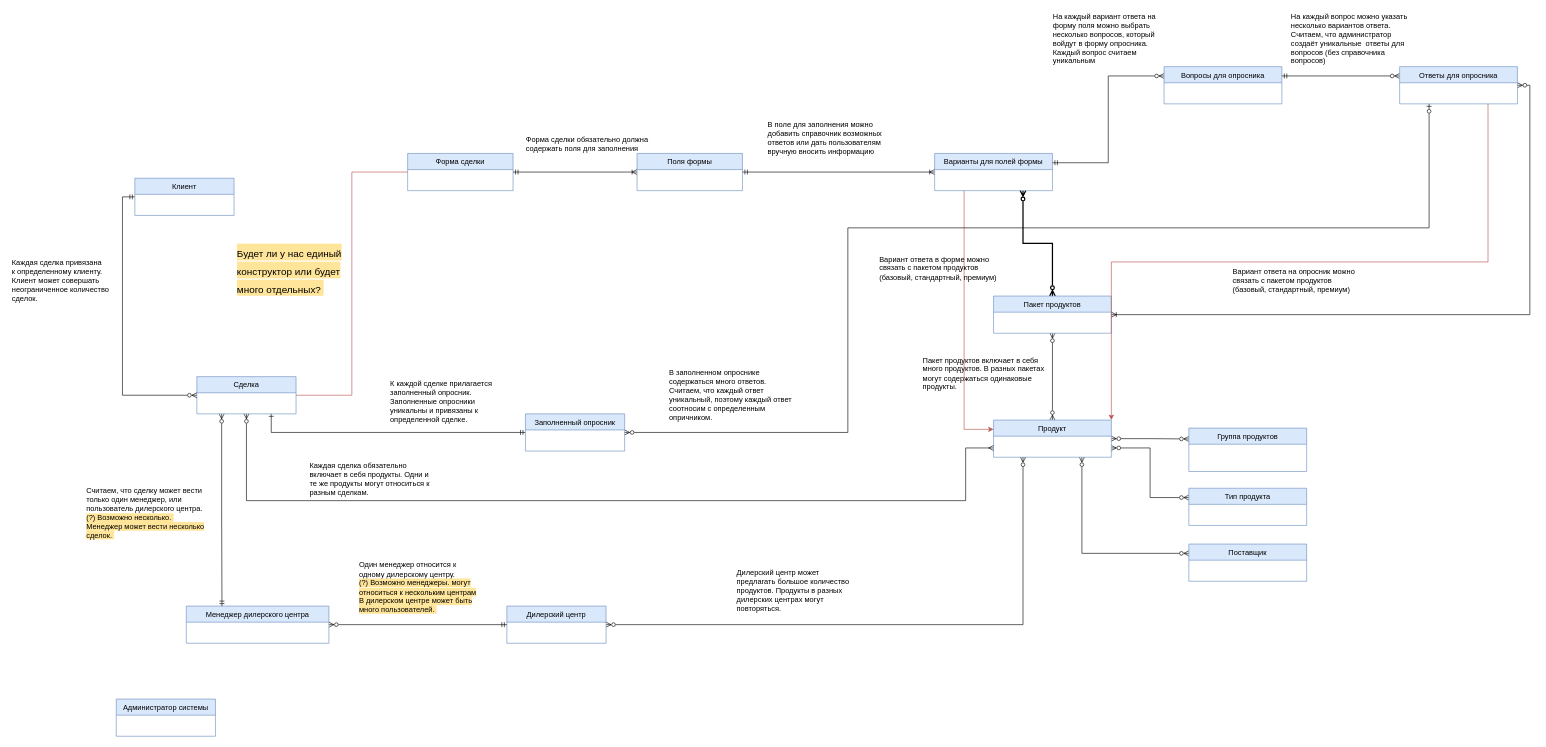
Above: Обновленная диаграмма 24 января.drawio in Kkorolyok/Diagrams (draw.io), before the change. Source tidied: cells renumbered, new cells numbered last; positions are measured from the earlier drawing's top-left corner, leaving out a move shared by most shapes. Both pictures are drawn from the tidied source at 62%, with x=0, y=0 at pixel (11, 11).
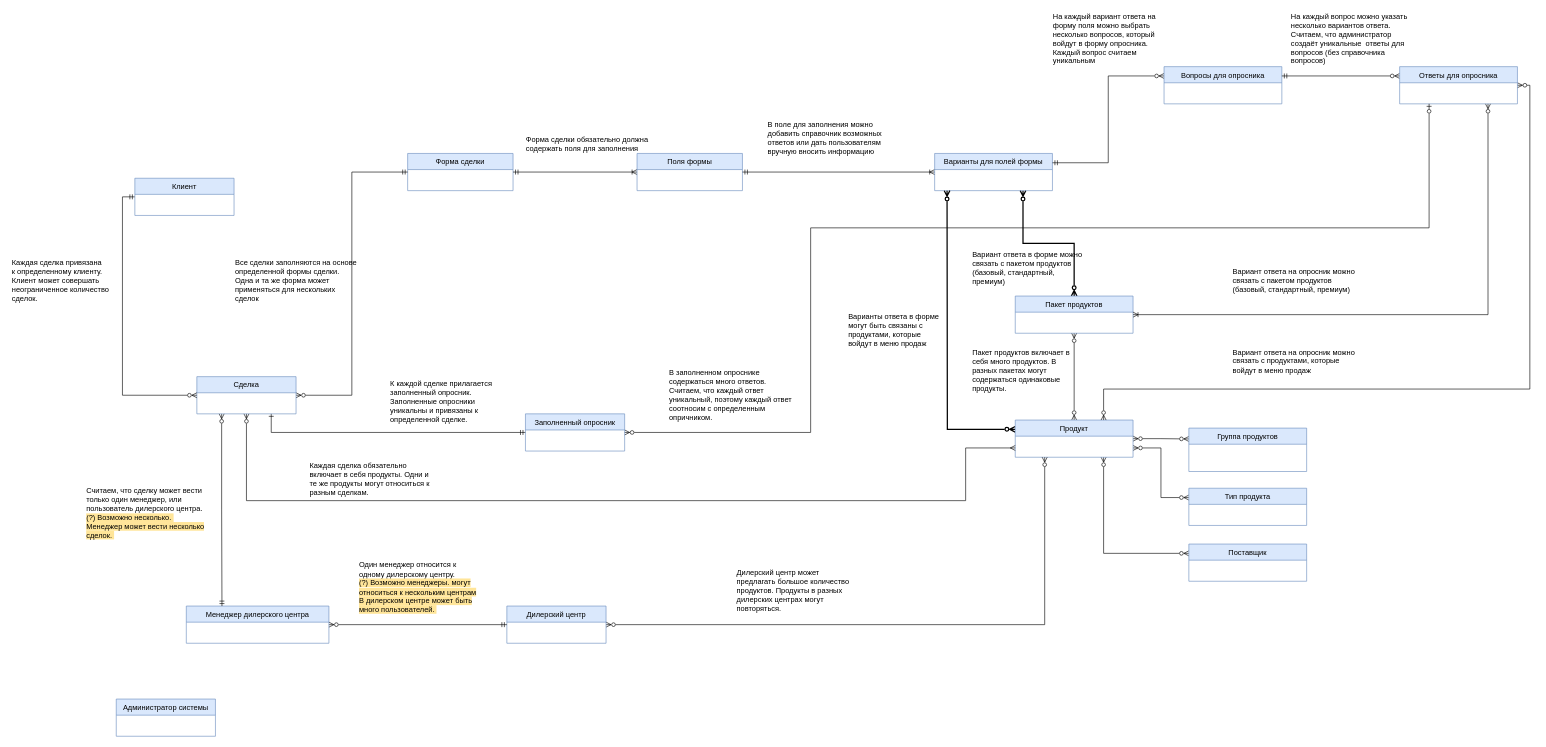
The same page after the edit.

Unchanged cells that the change refers to:
```xml
<mxCell id="13" value="Форма сделки" style="swimlane;fontStyle=0;align=center;verticalAlign=top;horizontal=1;startSize=26;rounded=0;shadow=0;strokeWidth=1;fillColor=#dae8fc;strokeColor=#6c8ebf;" parent="1" vertex="1">
  <mxGeometry x="640" y="230" width="170" height="60" as="geometry" />
</mxCell>
<mxCell id="19" value="Варианты для полей формы" style="swimlane;fontStyle=0;align=center;verticalAlign=top;horizontal=1;startSize=26;rounded=0;shadow=0;strokeWidth=1;fillColor=#dae8fc;strokeColor=#6c8ebf;" parent="1" vertex="1">
  <mxGeometry x="1490" y="230" width="190" height="60" as="geometry" />
</mxCell>
<mxCell id="31" value="Ответы для опросника" style="swimlane;fontStyle=0;align=center;verticalAlign=top;horizontal=1;startSize=26;rounded=0;shadow=0;strokeWidth=1;fillColor=#dae8fc;strokeColor=#6c8ebf;" parent="1" vertex="1">
  <mxGeometry x="2240" y="90" width="190" height="60" as="geometry" />
</mxCell>
<mxCell id="43" value="Сделка" style="swimlane;fontStyle=0;align=center;verticalAlign=top;horizontal=1;startSize=26;rounded=0;shadow=0;strokeWidth=1;fillColor=#dae8fc;strokeColor=#6c8ebf;" parent="1" vertex="1">
  <mxGeometry x="300" y="590" width="160" height="60" as="geometry" />
</mxCell>
<mxCell id="45" value="Заполненный опросник" style="swimlane;fontStyle=0;align=center;verticalAlign=top;horizontal=1;startSize=26;rounded=0;shadow=0;strokeWidth=1;fillColor=#dae8fc;strokeColor=#6c8ebf;" parent="1" vertex="1">
  <mxGeometry x="830" y="650" width="160" height="60" as="geometry" />
</mxCell>
```

What changed in the source:
```diff
@@
     <mxCell id="7" value="&lt;div style=&quot;text-align: left;&quot;&gt;Пакет продуктов включает в себя много продуктов. В разных пакетах могут содержаться одинаковые продукты.&lt;/div&gt;" style="text;html=1;strokeColor=none;fillColor=none;align=center;verticalAlign=middle;whiteSpace=wrap;rounded=0;" parent="1" vertex="1">
-      <mxGeometry x="1470" y="570" width="200" height="30" as="geometry" />
+      <mxGeometry x="1550" y="565" width="160" height="30" as="geometry" />
     </mxCell>
@@
-    <mxCell id="12" value="&lt;h1&gt;&lt;span style=&quot;font-weight: normal; background-color: rgb(255, 229, 153);&quot;&gt;&lt;font style=&quot;font-size: 16px;&quot;&gt;Будет ли у нас единый конструктор или будет много отдельных?&amp;nbsp;&lt;/font&gt;&lt;/span&gt;&lt;/h1&gt;" style="text;html=1;strokeColor=none;fillColor=none;spacing=5;spacingTop=-20;whiteSpace=wrap;overflow=hidden;rounded=0;fontStyle=1;" parent="1" vertex="1">
+    <mxCell id="12" value="&lt;h1&gt;&lt;br&gt;&lt;/h1&gt;" style="text;html=1;strokeColor=none;fillColor=none;spacing=5;spacingTop=-20;whiteSpace=wrap;overflow=hidden;rounded=0;fontStyle=1;" parent="1" vertex="1">
       <mxGeometry x="360" y="370" width="190" height="90" as="geometry" />
     </mxCell>
@@
-    <mxCell id="18" style="edgeStyle=orthogonalEdgeStyle;rounded=0;jettySize=auto;html=1;exitX=0.25;exitY=1;exitDx=0;exitDy=0;entryX=0;entryY=0.25;entryDx=0;entryDy=0;fillColor=#f8cecc;strokeColor=#b85450;" parent="1" edge="1" source="19" target="25">
-      <mxGeometry relative="1" as="geometry" />
-    </mxCell>
@@
     <mxCell id="21" value="Пакет продуктов" style="swimlane;fontStyle=0;align=center;verticalAlign=top;horizontal=1;startSize=26;rounded=0;shadow=0;strokeWidth=1;fillColor=#dae8fc;strokeColor=#6c8ebf;" parent="1" vertex="1">
-      <mxGeometry x="1585" y="460" width="190" height="60" as="geometry" />
+      <mxGeometry x="1620" y="460" width="190" height="60" as="geometry" />
     </mxCell>
@@
+    <mxCell id="53" style="edgeStyle=orthogonalEdgeStyle;rounded=0;jettySize=auto;html=1;exitX=0;exitY=0.25;exitDx=0;exitDy=0;strokeColor=#000000;strokeWidth=2;startArrow=ERzeroToMany;startFill=0;endArrow=ERzeroToMany;endFill=0;" parent="1" edge="1" source="25">
+      <mxGeometry relative="1" as="geometry">
+        <mxPoint x="1510" y="290" as="targetPoint" />
+      </mxGeometry>
+    </mxCell>
     <mxCell id="25" value="Продукт" style="swimlane;fontStyle=0;align=center;verticalAlign=top;horizontal=1;startSize=26;rounded=0;shadow=0;strokeWidth=1;fillColor=#dae8fc;strokeColor=#6c8ebf;" parent="1" vertex="1">
-      <mxGeometry x="1585" y="660" width="190" height="60" as="geometry" />
+      <mxGeometry x="1620" y="660" width="190" height="60" as="geometry" />
     </mxCell>
@@
-    <mxCell id="29" style="edgeStyle=orthogonalEdgeStyle;rounded=0;jettySize=auto;html=1;exitX=1;exitY=0.5;exitDx=0;exitDy=0;entryX=1;entryY=0.5;entryDx=0;entryDy=0;fontSize=16;startArrow=ERzeroToMany;startFill=0;endArrow=ERoneToMany;endFill=0;" parent="1" edge="1" source="31" target="21">
+    <mxCell id="29" style="edgeStyle=orthogonalEdgeStyle;rounded=0;jettySize=auto;html=1;exitX=0.75;exitY=1;exitDx=0;exitDy=0;entryX=1;entryY=0.5;entryDx=0;entryDy=0;fontSize=16;startArrow=ERzeroToMany;startFill=0;endArrow=ERoneToMany;endFill=0;" parent="1" edge="1" source="31" target="21">
       <mxGeometry relative="1" as="geometry" />
     </mxCell>
-    <mxCell id="30" style="edgeStyle=orthogonalEdgeStyle;rounded=0;jettySize=auto;html=1;exitX=0.75;exitY=1;exitDx=0;exitDy=0;entryX=1;entryY=0;entryDx=0;entryDy=0;fillColor=#f8cecc;strokeColor=#b85450;" parent="1" edge="1" source="31" target="25">
-      <mxGeometry relative="1" as="geometry" />
+    <mxCell id="30" style="edgeStyle=orthogonalEdgeStyle;rounded=0;jettySize=auto;html=1;exitX=1;exitY=0.5;exitDx=0;exitDy=0;entryX=0.75;entryY=0;entryDx=0;entryDy=0;strokeColor=#000000;strokeWidth=1;startArrow=ERzeroToMany;startFill=0;endArrow=ERzeroToMany;endFill=0;" parent="1" edge="1" source="31" target="25">
+      <mxGeometry relative="1" as="geometry">
+        <Array as="points">
+          <mxPoint x="2450" y="120" />
+          <mxPoint x="2450" y="610" />
+          <mxPoint x="1763" y="610" />
+        </Array>
+      </mxGeometry>
     </mxCell>
@@
-    <mxCell id="39" style="edgeStyle=orthogonalEdgeStyle;rounded=0;jettySize=auto;html=1;exitX=1;exitY=0.5;exitDx=0;exitDy=0;entryX=0;entryY=0.5;entryDx=0;entryDy=0;fontSize=16;endArrow=none;endFill=0;fillColor=#f8cecc;strokeColor=#b85450;" parent="1" edge="1" source="43" target="13">
+    <mxCell id="39" style="edgeStyle=orthogonalEdgeStyle;rounded=0;jettySize=auto;html=1;exitX=1;exitY=0.5;exitDx=0;exitDy=0;entryX=0;entryY=0.5;entryDx=0;entryDy=0;fontSize=16;endArrow=ERmandOne;endFill=0;fillColor=#f8cecc;strokeColor=#000000;startArrow=ERzeroToMany;startFill=0;" parent="1" edge="1" source="43" target="13">
       <mxGeometry relative="1" as="geometry" />
     </mxCell>
@@
     <mxCell id="44" style="edgeStyle=orthogonalEdgeStyle;rounded=0;jettySize=auto;html=1;entryX=0.25;entryY=1;entryDx=0;entryDy=0;fontSize=16;startArrow=ERzeroToMany;startFill=0;endArrow=ERzeroToOne;endFill=0;exitX=1;exitY=0.5;exitDx=0;exitDy=0;" parent="1" edge="1" source="45" target="31">
       <mxGeometry relative="1" as="geometry">
         <Array as="points">
-          <mxPoint x="1350" y="680" />
-          <mxPoint x="1350" y="350" />
+          <mxPoint x="1290" y="680" />
+          <mxPoint x="1290" y="350" />
           <mxPoint x="2288" y="350" />
         </Array>
       </mxGeometry>
     </mxCell>
@@
     <mxCell id="52" value="&lt;div style=&quot;text-align: left;&quot;&gt;Вариант ответа в форме можно связать с пакетом продуктов (базовый, стандартный, премиум)&lt;/div&gt;" style="text;html=1;strokeColor=none;fillColor=none;align=center;verticalAlign=middle;whiteSpace=wrap;rounded=0;" parent="1" vertex="1">
-      <mxGeometry x="1400" y="370" width="200" height="90" as="geometry" />
+      <mxGeometry x="1550" y="370" width="180" height="90" as="geometry" />
     </mxCell>
+    <mxCell id="54" value="Все сделки заполняются на основе определенной формы сделки. Одна и та же форма может применяться для нескольких сделок" style="text;html=1;strokeColor=none;fillColor=none;align=left;verticalAlign=middle;whiteSpace=wrap;rounded=0;" parent="1" vertex="1">
+      <mxGeometry x="360" y="400" width="200" height="70" as="geometry" />
+    </mxCell>
+    <mxCell id="55" value="&lt;div style=&quot;text-align: left;&quot;&gt;Варианты ответа в форме могут быть связаны с продуктами, которые войдут в меню продаж&lt;/div&gt;" style="text;html=1;strokeColor=none;fillColor=none;align=center;verticalAlign=middle;whiteSpace=wrap;rounded=0;" parent="1" vertex="1">
+      <mxGeometry x="1350" y="500" width="160" height="30" as="geometry" />
+    </mxCell>
+    <mxCell id="56" value="&lt;div style=&quot;text-align: left;&quot;&gt;Вариант ответа на опросник можно связать с продуктами, которые войдут в меню продаж&lt;/div&gt;" style="text;html=1;strokeColor=none;fillColor=none;align=center;verticalAlign=middle;whiteSpace=wrap;rounded=0;" parent="1" vertex="1">
+      <mxGeometry x="1970" y="520" width="200" height="90" as="geometry" />
+    </mxCell>
```
